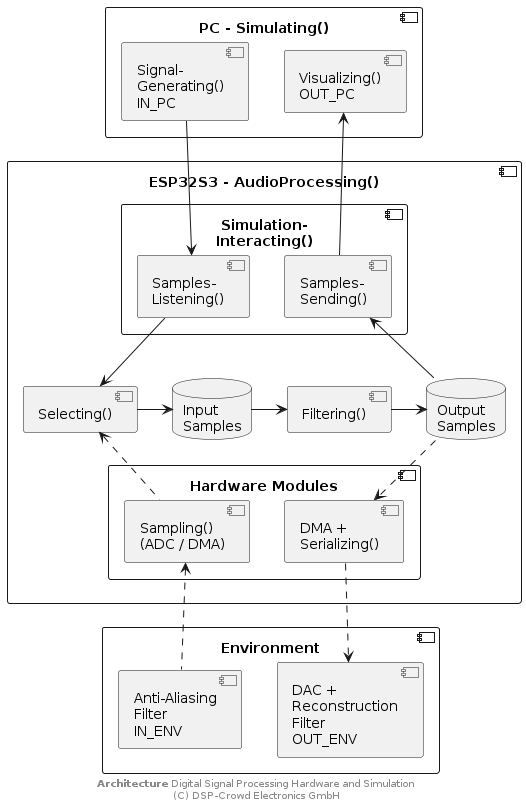
NoOrientationProgramming/esp32-s3-audio-processing keeps this PlantUML diagram as doc/system/simulating.png. Above is the earlier version.
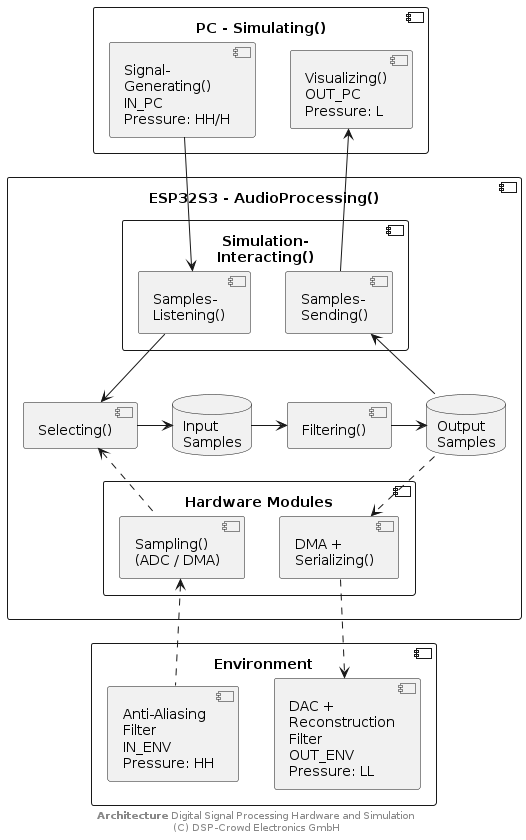
Above is the later version.

Diff of the diagram source:
```diff
@@ -2,8 +2,8 @@
 
 
 component "PC - Simulating()" as pc {
-  component "Signal-\nGenerating()\nIN_PC" as gen
-  component "Visualizing()\nOUT_PC" as visu
+  component "Signal-\nGenerating()\nIN_PC\nPressure: HH/H" as gen
+  component "Visualizing()\nOUT_PC\nPressure: L" as visu
 
   gen -[hidden] visu
 }
@@ -33,11 +33,14 @@
 
   listen --> sel
   send <-- bufOut
+
+  send -[hidden]- filt
+  filt -[hidden]- ser
 }
 
 component "Environment" as env {
-  component "Anti-Aliasing\nFilter\nIN_ENV" as filtAA
-  component "DAC +\nReconstruction\nFilter\nOUT_ENV" as dac
+  component "Anti-Aliasing\nFilter\nIN_ENV\nPressure: HH" as filtAA
+  component "DAC +\nReconstruction\nFilter\nOUT_ENV\nPressure: LL" as dac
 }
 
 gen --> listen
```
